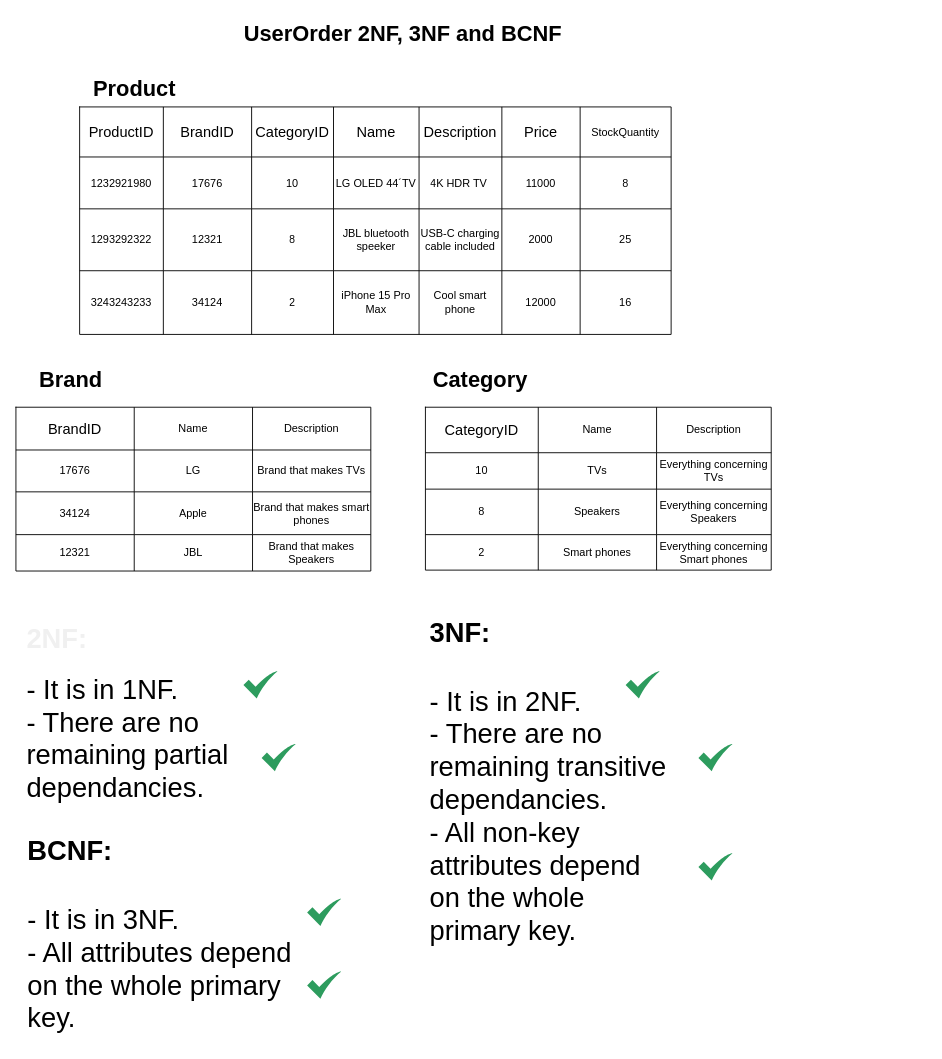
Earlier version of the draw.io diagram page "UserOrder 2NF, 3NF and BCNF" (3 of 4) of database-models/project_ER_diagram_Emil.drawio (emilkle/electromart-ecom-website). Source tidied: cells renumbered, new cells numbered last; positions are measured from the earlier drawing's top-left corner, leaving out a move shared by most shapes. Both pictures are drawn from the tidied source at 91%, with x=0, y=0 at pixel (15, 15).
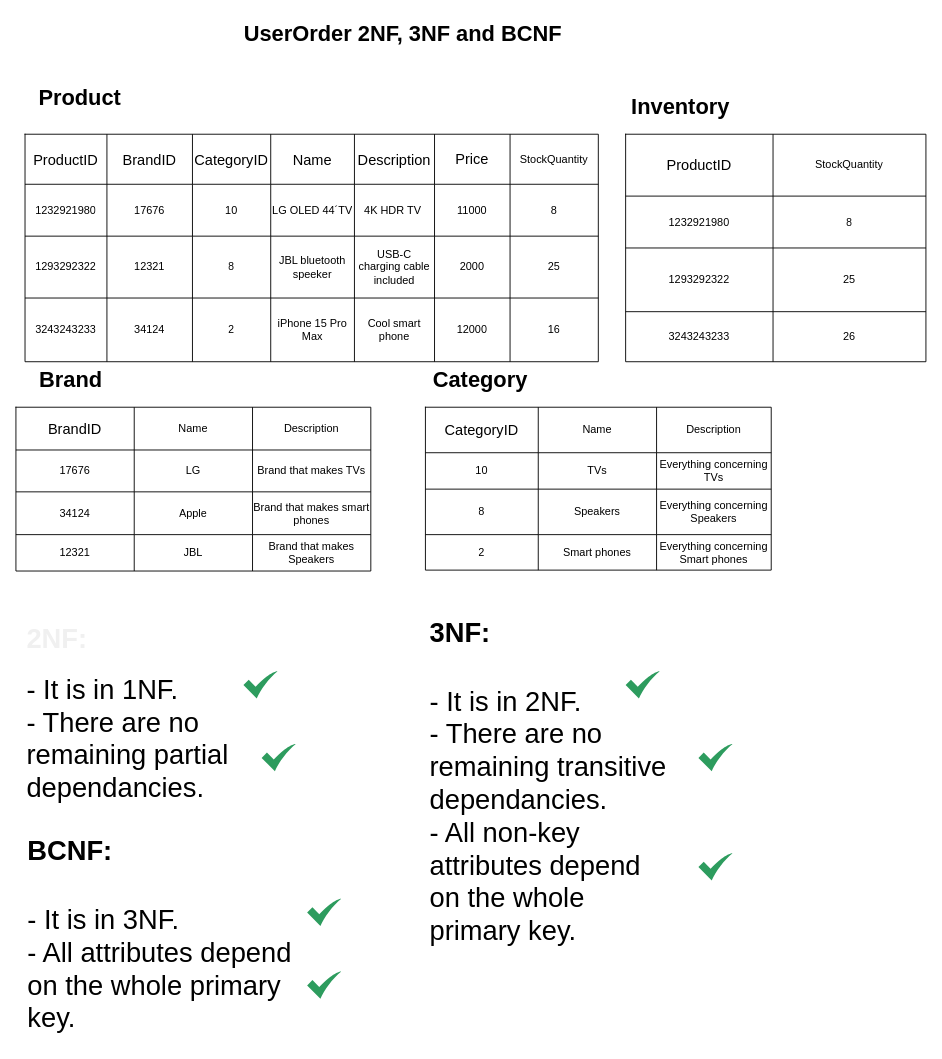
The same page after the edit.

Commit message (it also covers changes not shown here):
Added Inventory entity to the UserOrder relation.

Change to the diagram source:
```diff
@@
-    <mxCell id="2" style="shape=table;html=1;whiteSpace=wrap;startSize=0;childLayout=tableLayout;" parent="1" vertex="1">
-      <mxGeometry x="70" y="100" width="650" height="250" as="geometry" />
-    </mxCell>
-    <mxCell id="3" style="shape=tableRow;horizontal=0;startSize=0;swimlaneHead=0;swimlaneBody=0;top=0;left=0;bottom=0;right=0;fillColor=none;" parent="2" vertex="1">
-      <mxGeometry width="650" height="55" as="geometry" />
-    </mxCell>
+    <mxCell id="83" style="shape=table;html=1;whiteSpace=wrap;startSize=0;childLayout=tableLayout;" parent="1" vertex="1">
+      <mxGeometry x="10" y="130" width="630" height="250" as="geometry" />
+    </mxCell>
+    <mxCell id="84" style="shape=tableRow;horizontal=0;startSize=0;swimlaneHead=0;swimlaneBody=0;top=0;left=0;bottom=0;right=0;fillColor=none;" parent="83" vertex="1">
+      <mxGeometry width="630" height="55" as="geometry" />
+    </mxCell>
-    <mxCell id="4" value="&lt;font style=&quot;font-size: 16px;&quot;&gt;ProductID&lt;/font&gt;" style="shape=partialRectangle;html=1;whiteSpace=wrap;fillColor=none;top=0;left=0;bottom=0;right=0;overflow=hidden;" parent="3" vertex="1">
-      <mxGeometry width="92" height="55" as="geometry" />
+    <mxCell id="4" value="&lt;font style=&quot;font-size: 16px;&quot;&gt;ProductID&lt;/font&gt;" style="shape=partialRectangle;html=1;whiteSpace=wrap;fillColor=none;top=0;left=0;bottom=0;right=0;overflow=hidden;" parent="84" vertex="1">
+      <mxGeometry width="90" height="55" as="geometry" />
     </mxCell>
-    <mxCell id="5" value="&lt;span style=&quot;font-size: 16px;&quot;&gt;BrandID&lt;/span&gt;" style="shape=partialRectangle;html=1;whiteSpace=wrap;fillColor=none;top=0;left=0;bottom=0;right=0;overflow=hidden;" parent="3" vertex="1">
-      <mxGeometry x="92" width="97" height="55" as="geometry" />
+    <mxCell id="5" value="&lt;span style=&quot;font-size: 16px;&quot;&gt;BrandID&lt;/span&gt;" style="shape=partialRectangle;html=1;whiteSpace=wrap;fillColor=none;top=0;left=0;bottom=0;right=0;overflow=hidden;" parent="84" vertex="1">
+      <mxGeometry x="90" width="94" height="55" as="geometry" />
     </mxCell>
-    <mxCell id="6" value="&lt;span style=&quot;font-size: 16px;&quot;&gt;CategoryID&lt;/span&gt;" style="shape=partialRectangle;html=1;whiteSpace=wrap;fillColor=none;top=0;left=0;bottom=0;right=0;overflow=hidden;" parent="3" vertex="1">
-      <mxGeometry x="189" width="90" height="55" as="geometry" />
+    <mxCell id="6" value="&lt;span style=&quot;font-size: 16px;&quot;&gt;CategoryID&lt;/span&gt;" style="shape=partialRectangle;html=1;whiteSpace=wrap;fillColor=none;top=0;left=0;bottom=0;right=0;overflow=hidden;" parent="84" vertex="1">
+      <mxGeometry x="184" width="86" height="55" as="geometry" />
     </mxCell>
-    <mxCell id="7" value="&lt;span style=&quot;font-size: 16px;&quot;&gt;Name&lt;/span&gt;" style="shape=partialRectangle;html=1;whiteSpace=wrap;fillColor=none;top=0;left=0;bottom=0;right=0;overflow=hidden;" parent="3" vertex="1">
-      <mxGeometry x="279" width="94" height="55" as="geometry" />
+    <mxCell id="7" value="&lt;span style=&quot;font-size: 16px;&quot;&gt;Name&lt;/span&gt;" style="shape=partialRectangle;html=1;whiteSpace=wrap;fillColor=none;top=0;left=0;bottom=0;right=0;overflow=hidden;" parent="84" vertex="1">
+      <mxGeometry x="270" width="92" height="55" as="geometry" />
     </mxCell>
-    <mxCell id="8" value="&lt;span style=&quot;font-size: 16px;&quot;&gt;Description&lt;/span&gt;" style="shape=partialRectangle;html=1;whiteSpace=wrap;fillColor=none;top=0;left=0;bottom=0;right=0;overflow=hidden;" parent="3" vertex="1">
-      <mxGeometry x="373" width="91" height="55" as="geometry" />
+    <mxCell id="8" value="&lt;span style=&quot;font-size: 16px;&quot;&gt;Description&lt;/span&gt;" style="shape=partialRectangle;html=1;whiteSpace=wrap;fillColor=none;top=0;left=0;bottom=0;right=0;overflow=hidden;" parent="84" vertex="1">
+      <mxGeometry x="362" width="88" height="55" as="geometry" />
     </mxCell>
-    <mxCell id="9" value="&lt;p style=&quot;line-height: 85%;&quot;&gt;&lt;span style=&quot;font-size: 16px;&quot;&gt;Price&lt;/span&gt;&lt;br&gt;&lt;/p&gt;" style="shape=partialRectangle;html=1;whiteSpace=wrap;fillColor=none;top=0;left=0;bottom=0;right=0;overflow=hidden;" parent="3" vertex="1">
-      <mxGeometry x="464" width="86" height="55" as="geometry" />
+    <mxCell id="9" value="&lt;p style=&quot;line-height: 85%;&quot;&gt;&lt;span style=&quot;font-size: 16px;&quot;&gt;Price&lt;/span&gt;&lt;br&gt;&lt;/p&gt;" style="shape=partialRectangle;html=1;whiteSpace=wrap;fillColor=none;top=0;left=0;bottom=0;right=0;overflow=hidden;" parent="84" vertex="1">
+      <mxGeometry x="450" width="83" height="55" as="geometry" />
     </mxCell>
-    <mxCell id="10" value="StockQuantity" style="shape=partialRectangle;html=1;whiteSpace=wrap;fillColor=none;top=0;left=0;bottom=0;right=0;overflow=hidden;" parent="3" vertex="1">
-      <mxGeometry x="550" width="100" height="55" as="geometry" />
-    </mxCell>
-    <mxCell id="11" style="shape=tableRow;horizontal=0;startSize=0;swimlaneHead=0;swimlaneBody=0;top=0;left=0;bottom=0;right=0;fillColor=none;" parent="2" vertex="1">
-      <mxGeometry y="55" width="650" height="57" as="geometry" />
-    </mxCell>
-    <mxCell id="12" value="1232921980" style="shape=partialRectangle;html=1;whiteSpace=wrap;fillColor=none;top=0;left=0;bottom=0;right=0;overflow=hidden;" parent="11" vertex="1">
-      <mxGeometry width="92" height="57" as="geometry" />
-    </mxCell>
+    <mxCell id="85" value="StockQuantity" style="shape=partialRectangle;html=1;whiteSpace=wrap;fillColor=none;top=0;left=0;bottom=0;right=0;overflow=hidden;" parent="84" vertex="1">
+      <mxGeometry x="533" width="97" height="55" as="geometry" />
+    </mxCell>
+    <mxCell id="86" style="shape=tableRow;horizontal=0;startSize=0;swimlaneHead=0;swimlaneBody=0;top=0;left=0;bottom=0;right=0;fillColor=none;" parent="83" vertex="1">
+      <mxGeometry y="55" width="630" height="57" as="geometry" />
+    </mxCell>
+    <mxCell id="87" value="1232921980" style="shape=partialRectangle;html=1;whiteSpace=wrap;fillColor=none;top=0;left=0;bottom=0;right=0;overflow=hidden;" parent="86" vertex="1">
+      <mxGeometry width="90" height="57" as="geometry" />
+    </mxCell>
-    <mxCell id="13" value="17676" style="shape=partialRectangle;html=1;whiteSpace=wrap;fillColor=none;top=0;left=0;bottom=0;right=0;overflow=hidden;" parent="11" vertex="1">
-      <mxGeometry x="92" width="97" height="57" as="geometry" />
+    <mxCell id="13" value="17676" style="shape=partialRectangle;html=1;whiteSpace=wrap;fillColor=none;top=0;left=0;bottom=0;right=0;overflow=hidden;" parent="86" vertex="1">
+      <mxGeometry x="90" width="94" height="57" as="geometry" />
     </mxCell>
-    <mxCell id="14" value="10" style="shape=partialRectangle;html=1;whiteSpace=wrap;fillColor=none;top=0;left=0;bottom=0;right=0;overflow=hidden;" parent="11" vertex="1">
-      <mxGeometry x="189" width="90" height="57" as="geometry" />
+    <mxCell id="14" value="10" style="shape=partialRectangle;html=1;whiteSpace=wrap;fillColor=none;top=0;left=0;bottom=0;right=0;overflow=hidden;" parent="86" vertex="1">
+      <mxGeometry x="184" width="86" height="57" as="geometry" />
     </mxCell>
-    <mxCell id="15" value="LG OLED 44´TV" style="shape=partialRectangle;html=1;whiteSpace=wrap;fillColor=none;top=0;left=0;bottom=0;right=0;overflow=hidden;" parent="11" vertex="1">
-      <mxGeometry x="279" width="94" height="57" as="geometry" />
+    <mxCell id="15" value="LG OLED 44´TV" style="shape=partialRectangle;html=1;whiteSpace=wrap;fillColor=none;top=0;left=0;bottom=0;right=0;overflow=hidden;" parent="86" vertex="1">
+      <mxGeometry x="270" width="92" height="57" as="geometry" />
     </mxCell>
-    <mxCell id="16" value="4K HDR TV&amp;nbsp;" style="shape=partialRectangle;html=1;whiteSpace=wrap;fillColor=none;top=0;left=0;bottom=0;right=0;overflow=hidden;" parent="11" vertex="1">
-      <mxGeometry x="373" width="91" height="57" as="geometry" />
+    <mxCell id="16" value="4K HDR TV&amp;nbsp;" style="shape=partialRectangle;html=1;whiteSpace=wrap;fillColor=none;top=0;left=0;bottom=0;right=0;overflow=hidden;" parent="86" vertex="1">
+      <mxGeometry x="362" width="88" height="57" as="geometry" />
     </mxCell>
-    <mxCell id="17" value="11000" style="shape=partialRectangle;html=1;whiteSpace=wrap;fillColor=none;top=0;left=0;bottom=0;right=0;overflow=hidden;" parent="11" vertex="1">
-      <mxGeometry x="464" width="86" height="57" as="geometry" />
+    <mxCell id="17" value="11000" style="shape=partialRectangle;html=1;whiteSpace=wrap;fillColor=none;top=0;left=0;bottom=0;right=0;overflow=hidden;" parent="86" vertex="1">
+      <mxGeometry x="450" width="83" height="57" as="geometry" />
     </mxCell>
-    <mxCell id="18" value="8" style="shape=partialRectangle;html=1;whiteSpace=wrap;fillColor=none;top=0;left=0;bottom=0;right=0;overflow=hidden;" parent="11" vertex="1">
-      <mxGeometry x="550" width="100" height="57" as="geometry" />
-    </mxCell>
-    <mxCell id="19" style="shape=tableRow;horizontal=0;startSize=0;swimlaneHead=0;swimlaneBody=0;top=0;left=0;bottom=0;right=0;fillColor=none;" parent="2" vertex="1">
-      <mxGeometry y="112" width="650" height="68" as="geometry" />
-    </mxCell>
-    <mxCell id="20" value="1293292322" style="shape=partialRectangle;html=1;whiteSpace=wrap;fillColor=none;top=0;left=0;bottom=0;right=0;overflow=hidden;" parent="19" vertex="1">
-      <mxGeometry width="92" height="68" as="geometry" />
-    </mxCell>
+    <mxCell id="88" value="8" style="shape=partialRectangle;html=1;whiteSpace=wrap;fillColor=none;top=0;left=0;bottom=0;right=0;overflow=hidden;" parent="86" vertex="1">
+      <mxGeometry x="533" width="97" height="57" as="geometry" />
+    </mxCell>
+    <mxCell id="89" style="shape=tableRow;horizontal=0;startSize=0;swimlaneHead=0;swimlaneBody=0;top=0;left=0;bottom=0;right=0;fillColor=none;" parent="83" vertex="1">
+      <mxGeometry y="112" width="630" height="68" as="geometry" />
+    </mxCell>
+    <mxCell id="90" value="1293292322" style="shape=partialRectangle;html=1;whiteSpace=wrap;fillColor=none;top=0;left=0;bottom=0;right=0;overflow=hidden;" parent="89" vertex="1">
+      <mxGeometry width="90" height="68" as="geometry" />
+    </mxCell>
-    <mxCell id="21" value="12321" style="shape=partialRectangle;html=1;whiteSpace=wrap;fillColor=none;top=0;left=0;bottom=0;right=0;overflow=hidden;" parent="19" vertex="1">
-      <mxGeometry x="92" width="97" height="68" as="geometry" />
+    <mxCell id="21" value="12321" style="shape=partialRectangle;html=1;whiteSpace=wrap;fillColor=none;top=0;left=0;bottom=0;right=0;overflow=hidden;" parent="89" vertex="1">
+      <mxGeometry x="90" width="94" height="68" as="geometry" />
     </mxCell>
-    <mxCell id="22" value="8" style="shape=partialRectangle;html=1;whiteSpace=wrap;fillColor=none;top=0;left=0;bottom=0;right=0;overflow=hidden;" parent="19" vertex="1">
-      <mxGeometry x="189" width="90" height="68" as="geometry" />
-    </mxCell>
+    <mxCell id="91" value="8" style="shape=partialRectangle;html=1;whiteSpace=wrap;fillColor=none;top=0;left=0;bottom=0;right=0;overflow=hidden;" parent="89" vertex="1">
+      <mxGeometry x="184" width="86" height="68" as="geometry" />
+    </mxCell>
-    <mxCell id="23" value="JBL bluetooth speeker" style="shape=partialRectangle;html=1;whiteSpace=wrap;fillColor=none;top=0;left=0;bottom=0;right=0;overflow=hidden;" parent="19" vertex="1">
-      <mxGeometry x="279" width="94" height="68" as="geometry" />
+    <mxCell id="23" value="JBL bluetooth speeker" style="shape=partialRectangle;html=1;whiteSpace=wrap;fillColor=none;top=0;left=0;bottom=0;right=0;overflow=hidden;" parent="89" vertex="1">
+      <mxGeometry x="270" width="92" height="68" as="geometry" />
     </mxCell>
-    <mxCell id="24" value="USB-C charging cable included" style="shape=partialRectangle;html=1;whiteSpace=wrap;fillColor=none;top=0;left=0;bottom=0;right=0;overflow=hidden;" parent="19" vertex="1">
-      <mxGeometry x="373" width="91" height="68" as="geometry" />
+    <mxCell id="24" value="USB-C charging cable included" style="shape=partialRectangle;html=1;whiteSpace=wrap;fillColor=none;top=0;left=0;bottom=0;right=0;overflow=hidden;" parent="89" vertex="1">
+      <mxGeometry x="362" width="88" height="68" as="geometry" />
     </mxCell>
-    <mxCell id="25" value="2000" style="shape=partialRectangle;html=1;whiteSpace=wrap;fillColor=none;top=0;left=0;bottom=0;right=0;overflow=hidden;" parent="19" vertex="1">
-      <mxGeometry x="464" width="86" height="68" as="geometry" />
+    <mxCell id="25" value="2000" style="shape=partialRectangle;html=1;whiteSpace=wrap;fillColor=none;top=0;left=0;bottom=0;right=0;overflow=hidden;" parent="89" vertex="1">
+      <mxGeometry x="450" width="83" height="68" as="geometry" />
     </mxCell>
-    <mxCell id="26" value="25" style="shape=partialRectangle;html=1;whiteSpace=wrap;fillColor=none;top=0;left=0;bottom=0;right=0;overflow=hidden;" parent="19" vertex="1">
-      <mxGeometry x="550" width="100" height="68" as="geometry" />
-    </mxCell>
-    <mxCell id="27" style="shape=tableRow;horizontal=0;startSize=0;swimlaneHead=0;swimlaneBody=0;top=0;left=0;bottom=0;right=0;fillColor=none;" parent="2" vertex="1">
-      <mxGeometry y="180" width="650" height="70" as="geometry" />
-    </mxCell>
-    <mxCell id="28" value="3243243233" style="shape=partialRectangle;html=1;whiteSpace=wrap;fillColor=none;top=0;left=0;bottom=0;right=0;overflow=hidden;" parent="27" vertex="1">
-      <mxGeometry width="92" height="70" as="geometry" />
-    </mxCell>
+    <mxCell id="92" value="25" style="shape=partialRectangle;html=1;whiteSpace=wrap;fillColor=none;top=0;left=0;bottom=0;right=0;overflow=hidden;" parent="89" vertex="1">
+      <mxGeometry x="533" width="97" height="68" as="geometry" />
+    </mxCell>
+    <mxCell id="93" style="shape=tableRow;horizontal=0;startSize=0;swimlaneHead=0;swimlaneBody=0;top=0;left=0;bottom=0;right=0;fillColor=none;" parent="83" vertex="1">
+      <mxGeometry y="180" width="630" height="70" as="geometry" />
+    </mxCell>
+    <mxCell id="94" value="3243243233" style="shape=partialRectangle;html=1;whiteSpace=wrap;fillColor=none;top=0;left=0;bottom=0;right=0;overflow=hidden;" parent="93" vertex="1">
+      <mxGeometry width="90" height="70" as="geometry" />
+    </mxCell>
-    <mxCell id="29" value="34124" style="shape=partialRectangle;html=1;whiteSpace=wrap;fillColor=none;top=0;left=0;bottom=0;right=0;overflow=hidden;" parent="27" vertex="1">
-      <mxGeometry x="92" width="97" height="70" as="geometry" />
+    <mxCell id="29" value="34124" style="shape=partialRectangle;html=1;whiteSpace=wrap;fillColor=none;top=0;left=0;bottom=0;right=0;overflow=hidden;" parent="93" vertex="1">
+      <mxGeometry x="90" width="94" height="70" as="geometry" />
     </mxCell>
-    <mxCell id="30" value="2" style="shape=partialRectangle;html=1;whiteSpace=wrap;fillColor=none;top=0;left=0;bottom=0;right=0;overflow=hidden;" parent="27" vertex="1">
-      <mxGeometry x="189" width="90" height="70" as="geometry" />
+    <mxCell id="30" value="2" style="shape=partialRectangle;html=1;whiteSpace=wrap;fillColor=none;top=0;left=0;bottom=0;right=0;overflow=hidden;" parent="93" vertex="1">
+      <mxGeometry x="184" width="86" height="70" as="geometry" />
     </mxCell>
-    <mxCell id="31" value="iPhone 15 Pro Max" style="shape=partialRectangle;html=1;whiteSpace=wrap;fillColor=none;top=0;left=0;bottom=0;right=0;overflow=hidden;" parent="27" vertex="1">
-      <mxGeometry x="279" width="94" height="70" as="geometry" />
+    <mxCell id="31" value="iPhone 15 Pro Max" style="shape=partialRectangle;html=1;whiteSpace=wrap;fillColor=none;top=0;left=0;bottom=0;right=0;overflow=hidden;" parent="93" vertex="1">
+      <mxGeometry x="270" width="92" height="70" as="geometry" />
     </mxCell>
-    <mxCell id="32" value="Cool smart phone" style="shape=partialRectangle;html=1;whiteSpace=wrap;fillColor=none;top=0;left=0;bottom=0;right=0;overflow=hidden;" parent="27" vertex="1">
-      <mxGeometry x="373" width="91" height="70" as="geometry" />
+    <mxCell id="32" value="Cool smart phone" style="shape=partialRectangle;html=1;whiteSpace=wrap;fillColor=none;top=0;left=0;bottom=0;right=0;overflow=hidden;" parent="93" vertex="1">
+      <mxGeometry x="362" width="88" height="70" as="geometry" />
     </mxCell>
-    <mxCell id="33" value="12000" style="shape=partialRectangle;html=1;whiteSpace=wrap;fillColor=none;top=0;left=0;bottom=0;right=0;overflow=hidden;" parent="27" vertex="1">
-      <mxGeometry x="464" width="86" height="70" as="geometry" />
+    <mxCell id="33" value="12000" style="shape=partialRectangle;html=1;whiteSpace=wrap;fillColor=none;top=0;left=0;bottom=0;right=0;overflow=hidden;" parent="93" vertex="1">
+      <mxGeometry x="450" width="83" height="70" as="geometry" />
     </mxCell>
-    <mxCell id="34" value="16" style="shape=partialRectangle;html=1;whiteSpace=wrap;fillColor=none;top=0;left=0;bottom=0;right=0;overflow=hidden;" parent="27" vertex="1">
-      <mxGeometry x="550" width="100" height="70" as="geometry" />
+    <mxCell id="34" value="16" style="shape=partialRectangle;html=1;whiteSpace=wrap;fillColor=none;top=0;left=0;bottom=0;right=0;overflow=hidden;" parent="93" vertex="1">
+      <mxGeometry x="533" width="97" height="70" as="geometry" />
     </mxCell>
@@
     <mxCell id="36" value="Product&lt;br&gt;" style="text;strokeColor=none;fillColor=none;html=1;fontSize=24;fontStyle=1;verticalAlign=middle;align=center;" parent="1" vertex="1">
-      <mxGeometry x="80" y="60" width="100" height="40" as="geometry" />
+      <mxGeometry x="20" y="70" width="100" height="40" as="geometry" />
     </mxCell>
@@
+    <mxCell id="95" style="shape=table;html=1;whiteSpace=wrap;startSize=0;childLayout=tableLayout;" parent="1" vertex="1">
+      <mxGeometry x="670" y="130" width="330" height="250" as="geometry" />
+    </mxCell>
+    <mxCell id="96" style="shape=tableRow;horizontal=0;startSize=0;swimlaneHead=0;swimlaneBody=0;top=0;left=0;bottom=0;right=0;fillColor=none;" parent="95" vertex="1">
+      <mxGeometry width="330" height="68" as="geometry" />
+    </mxCell>
+    <mxCell id="97" value="&lt;span style=&quot;font-size: 16px;&quot;&gt;ProductID&lt;/span&gt;" style="shape=partialRectangle;html=1;whiteSpace=wrap;fillColor=none;top=0;left=0;bottom=0;right=0;overflow=hidden;" parent="96" vertex="1">
+      <mxGeometry width="162" height="68" as="geometry" />
+    </mxCell>
+    <mxCell id="98" value="StockQuantity" style="shape=partialRectangle;html=1;whiteSpace=wrap;fillColor=none;top=0;left=0;bottom=0;right=0;overflow=hidden;" parent="96" vertex="1">
+      <mxGeometry x="162" width="168" height="68" as="geometry" />
+    </mxCell>
+    <mxCell id="99" style="shape=tableRow;horizontal=0;startSize=0;swimlaneHead=0;swimlaneBody=0;top=0;left=0;bottom=0;right=0;fillColor=none;" parent="95" vertex="1">
+      <mxGeometry y="68" width="330" height="57" as="geometry" />
+    </mxCell>
+    <mxCell id="100" value="1232921980" style="shape=partialRectangle;html=1;whiteSpace=wrap;fillColor=none;top=0;left=0;bottom=0;right=0;overflow=hidden;" parent="99" vertex="1">
+      <mxGeometry width="162" height="57" as="geometry" />
+    </mxCell>
+    <mxCell id="101" value="8" style="shape=partialRectangle;html=1;whiteSpace=wrap;fillColor=none;top=0;left=0;bottom=0;right=0;overflow=hidden;" parent="99" vertex="1">
+      <mxGeometry x="162" width="168" height="57" as="geometry" />
+    </mxCell>
+    <mxCell id="102" style="shape=tableRow;horizontal=0;startSize=0;swimlaneHead=0;swimlaneBody=0;top=0;left=0;bottom=0;right=0;fillColor=none;" parent="95" vertex="1">
+      <mxGeometry y="125" width="330" height="70" as="geometry" />
+    </mxCell>
+    <mxCell id="103" value="1293292322" style="shape=partialRectangle;html=1;whiteSpace=wrap;fillColor=none;top=0;left=0;bottom=0;right=0;overflow=hidden;" parent="102" vertex="1">
+      <mxGeometry width="162" height="70" as="geometry" />
+    </mxCell>
+    <mxCell id="104" value="25" style="shape=partialRectangle;html=1;whiteSpace=wrap;fillColor=none;top=0;left=0;bottom=0;right=0;overflow=hidden;" parent="102" vertex="1">
+      <mxGeometry x="162" width="168" height="70" as="geometry" />
+    </mxCell>
+    <mxCell id="105" style="shape=tableRow;horizontal=0;startSize=0;swimlaneHead=0;swimlaneBody=0;top=0;left=0;bottom=0;right=0;fillColor=none;" parent="95" vertex="1">
+      <mxGeometry y="195" width="330" height="55" as="geometry" />
+    </mxCell>
+    <mxCell id="106" value="3243243233" style="shape=partialRectangle;html=1;whiteSpace=wrap;fillColor=none;top=0;left=0;bottom=0;right=0;overflow=hidden;" parent="105" vertex="1">
+      <mxGeometry width="162" height="55" as="geometry" />
+    </mxCell>
+    <mxCell id="107" value="26" style="shape=partialRectangle;html=1;whiteSpace=wrap;fillColor=none;top=0;left=0;bottom=0;right=0;overflow=hidden;" parent="105" vertex="1">
+      <mxGeometry x="162" width="168" height="55" as="geometry" />
+    </mxCell>
+    <mxCell id="108" value="Inventory" style="text;strokeColor=none;fillColor=none;html=1;fontSize=24;fontStyle=1;verticalAlign=middle;align=center;" parent="1" vertex="1">
+      <mxGeometry x="680" y="80" width="100" height="40" as="geometry" />
+    </mxCell>
```
